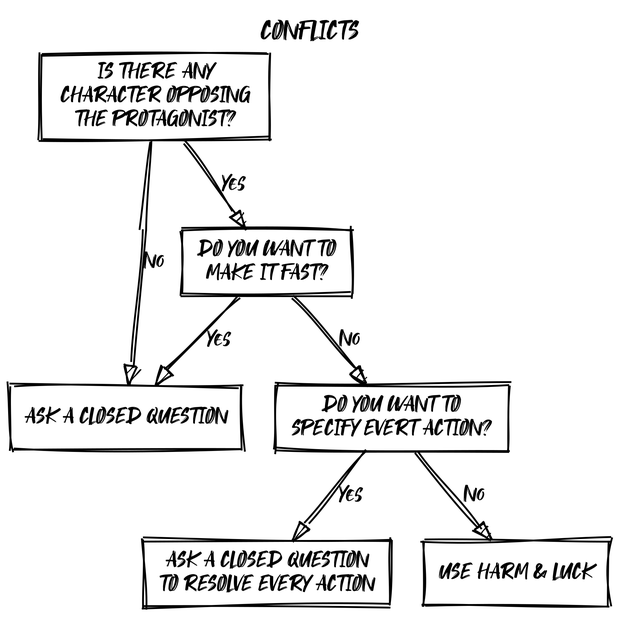
Earlier version of the Graphviz export en/diagrams/conflicts.png (zeruhur/loner). Its source is kept beside it as en/diagrams/conflicts.dot. Source of this version:
```dot
digraph conflicts {
    label = "CONFLICTS";
    labelloc="t";
    fontname="Takota";
    node [shape="rect", fontname="Takota", fontsize=12];
    edge [fontname="Takota", fontsize=12];
    dpi=300;
    bgcolor=white;

    nd1 [label = "IS THERE ANY \n CHARACTER OPPOSING \n THE PROTAGONIST?"];
    nd2 [label = "ASK A CLOSED QUESTION"];
    nd3 [label = "DO YOU WANT TO \n MAKE IT FAST?"];
    nd4 [label = "DO YOU WANT TO \n SPECIFY EVERT ACTION?"];
    nd5 [label = "ASK A CLOSED QUESTION \n TO RESOLVE EVERY ACTION"];
    nd6 [label = "USE HARM & LUCK"];

    nd1 -> nd2 [label = "No"];
    nd1 -> nd3 [label = "Yes"];
    nd3 -> nd2 [label = "Yes"];
    nd3 -> nd4 [label = "No"];
    nd4 -> nd5 [label = "Yes"];
    nd4 -> nd6 [label = "No"];
}
```
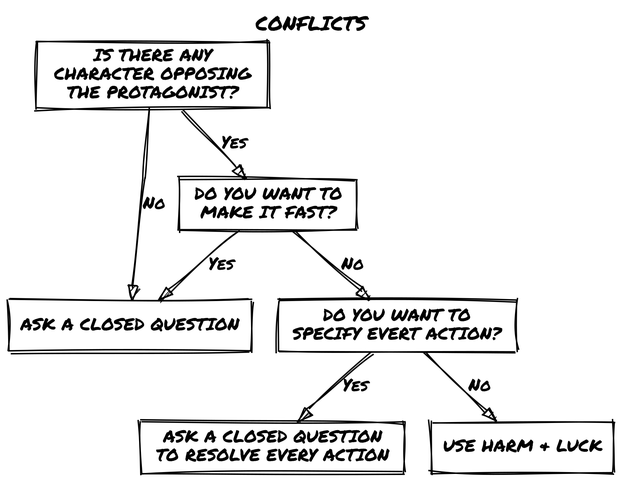
After the change.

The edit, as a diff of the source:
```diff
@@ -1,9 +1,9 @@
 digraph conflicts {
     label = "CONFLICTS";
     labelloc="t";
-    fontname="Takota";
-    node [shape="rect", fontname="Takota", fontsize=12];
-    edge [fontname="Takota", fontsize=12];
+    fontname="Permanent Marker";
+    node [shape="rect", fontname="Permanent Marker", fontsize=12];
+    edge [fontname="Permanent Marker", fontsize=12];
     dpi=300;
     bgcolor=white;
 
```
